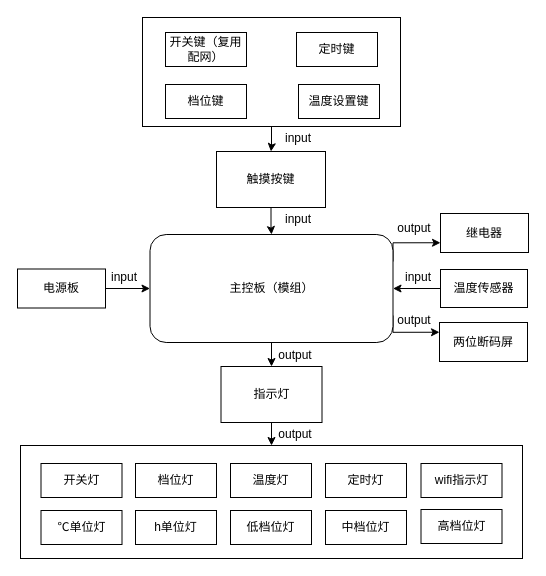
JeffYec/Jeff keeps this draw.io diagram as hardware.drawio. Above is the earlier version. Source tidied: cells renumbered, new cells numbered last; positions are measured from the earlier drawing's top-left corner, leaving out a move shared by most shapes. Both pictures are drawn from the tidied source at 100%, with x=0, y=0 at pixel (17, 17).
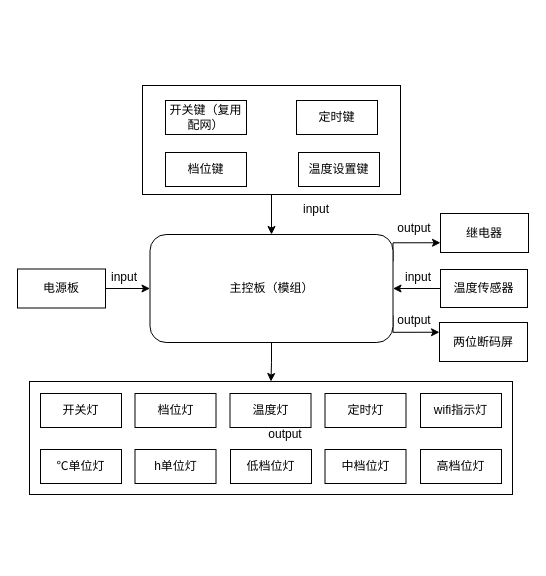
After the change.

Unchanged cells that the change refers to:
```xml
<mxCell id="5" value="主控板（模组）" style="rounded=1;whiteSpace=wrap;html=1;" parent="1" vertex="1">
  <mxGeometry x="132.5" y="217" width="243" height="108" as="geometry" />
</mxCell>
```

The edit, as a diff of the source:
```diff
@@
-    <mxCell id="2" style="edgeStyle=orthogonalEdgeStyle;rounded=0;jettySize=auto;html=1;" parent="1" edge="1" source="5" target="9">
-      <mxGeometry relative="1" as="geometry" />
-    </mxCell>
@@
-    <mxCell id="6" style="edgeStyle=orthogonalEdgeStyle;rounded=0;jettySize=auto;html=1;" parent="1" edge="1" source="7" target="5">
-      <mxGeometry relative="1" as="geometry" />
-    </mxCell>
-    <mxCell id="7" value="触摸按键" style="rounded=0;whiteSpace=wrap;html=1;" parent="1" vertex="1">
-      <mxGeometry x="199" y="134" width="109" height="56" as="geometry" />
-    </mxCell>
-    <mxCell id="8" style="edgeStyle=orthogonalEdgeStyle;rounded=0;jettySize=auto;html=1;" parent="1" edge="1" source="9" target="31">
+    <mxCell id="8" style="edgeStyle=orthogonalEdgeStyle;rounded=0;jettySize=auto;html=1;exitX=0.5;exitY=1;exitDx=0;exitDy=0;" parent="1" edge="1" source="5" target="31">
       <mxGeometry relative="1" as="geometry" />
     </mxCell>
-    <mxCell id="9" value="指示灯" style="rounded=0;whiteSpace=wrap;html=1;" parent="1" vertex="1">
-      <mxGeometry x="203.5" y="349" width="101" height="56" as="geometry" />
-    </mxCell>
@@
     <mxCell id="11" value="开关键（复用配网）" style="whiteSpace=wrap;html=1;rounded=0;" parent="1" vertex="1">
-      <mxGeometry x="148" y="15" width="81" height="34" as="geometry" />
+      <mxGeometry x="148" y="83" width="81" height="34" as="geometry" />
     </mxCell>
     <mxCell id="12" value="档位键" style="whiteSpace=wrap;html=1;rounded=0;" parent="1" vertex="1">
-      <mxGeometry x="148" y="67" width="81" height="34" as="geometry" />
+      <mxGeometry x="148" y="135" width="81" height="34" as="geometry" />
     </mxCell>
     <mxCell id="13" value="定时键" style="whiteSpace=wrap;html=1;rounded=0;" parent="1" vertex="1">
-      <mxGeometry x="279" y="15" width="81" height="34" as="geometry" />
+      <mxGeometry x="279" y="83" width="81" height="34" as="geometry" />
     </mxCell>
     <mxCell id="14" value="温度设置键" style="whiteSpace=wrap;html=1;rounded=0;" parent="1" vertex="1">
-      <mxGeometry x="281" y="67" width="81" height="34" as="geometry" />
+      <mxGeometry x="281" y="135" width="81" height="34" as="geometry" />
     </mxCell>
-    <mxCell id="15" style="edgeStyle=orthogonalEdgeStyle;rounded=0;jettySize=auto;html=1;" parent="1" edge="1" source="16" target="7">
+    <mxCell id="15" style="edgeStyle=orthogonalEdgeStyle;rounded=0;jettySize=auto;html=1;entryX=0.5;entryY=0;entryDx=0;entryDy=0;" parent="1" edge="1" source="16" target="5">
       <mxGeometry relative="1" as="geometry" />
     </mxCell>
     <mxCell id="16" style="rounded=0;whiteSpace=wrap;html=1;fillColor=none;" parent="1" vertex="1">
-      <mxGeometry x="125" width="258" height="109" as="geometry" />
+      <mxGeometry x="125" y="68" width="258" height="109" as="geometry" />
     </mxCell>
     <mxCell id="17" value="开关灯" style="whiteSpace=wrap;html=1;rounded=0;" parent="1" vertex="1">
-      <mxGeometry x="23.5" y="446" width="81" height="34" as="geometry" />
+      <mxGeometry x="23" y="376" width="81" height="34" as="geometry" />
     </mxCell>
     <mxCell id="18" value="档位灯" style="whiteSpace=wrap;html=1;rounded=0;" parent="1" vertex="1">
-      <mxGeometry x="118" y="446" width="81" height="34" as="geometry" />
+      <mxGeometry x="117.5" y="376" width="81" height="34" as="geometry" />
     </mxCell>
     <mxCell id="19" value="温度灯" style="whiteSpace=wrap;html=1;rounded=0;" parent="1" vertex="1">
-      <mxGeometry x="213" y="446" width="81" height="34" as="geometry" />
+      <mxGeometry x="212.5" y="376" width="81" height="34" as="geometry" />
     </mxCell>
     <mxCell id="20" value="定时灯" style="whiteSpace=wrap;html=1;rounded=0;" parent="1" vertex="1">
-      <mxGeometry x="308" y="446" width="81" height="34" as="geometry" />
+      <mxGeometry x="307.5" y="376" width="81" height="34" as="geometry" />
     </mxCell>
@@
     <mxCell id="23" value="℃单位灯" style="whiteSpace=wrap;html=1;rounded=0;" parent="1" vertex="1">
-      <mxGeometry x="23.5" y="493" width="81" height="34" as="geometry" />
+      <mxGeometry x="23" y="432" width="81" height="34" as="geometry" />
     </mxCell>
     <mxCell id="24" value="h单位灯" style="whiteSpace=wrap;html=1;rounded=0;" parent="1" vertex="1">
-      <mxGeometry x="118" y="493" width="81" height="34" as="geometry" />
+      <mxGeometry x="117.5" y="432" width="81" height="34" as="geometry" />
     </mxCell>
     <mxCell id="25" value="wifi指示灯" style="whiteSpace=wrap;html=1;rounded=0;" parent="1" vertex="1">
-      <mxGeometry x="403.5" y="446" width="81" height="34" as="geometry" />
+      <mxGeometry x="403" y="376" width="81" height="34" as="geometry" />
     </mxCell>
     <mxCell id="26" value="低档位灯" style="whiteSpace=wrap;html=1;rounded=0;" parent="1" vertex="1">
-      <mxGeometry x="213" y="493" width="81" height="34" as="geometry" />
+      <mxGeometry x="213" y="432" width="81" height="34" as="geometry" />
     </mxCell>
     <mxCell id="27" value="中档位灯" style="whiteSpace=wrap;html=1;rounded=0;" parent="1" vertex="1">
-      <mxGeometry x="308" y="493" width="81" height="34" as="geometry" />
+      <mxGeometry x="307.5" y="432" width="81" height="34" as="geometry" />
     </mxCell>
     <mxCell id="28" value="高档位灯" style="whiteSpace=wrap;html=1;rounded=0;" parent="1" vertex="1">
-      <mxGeometry x="403.5" y="492" width="81" height="34" as="geometry" />
+      <mxGeometry x="403" y="432" width="81" height="34" as="geometry" />
     </mxCell>
@@
     <mxCell id="31" style="rounded=0;whiteSpace=wrap;html=1;fillColor=none;" parent="1" vertex="1">
-      <mxGeometry x="3" y="428" width="502" height="113" as="geometry" />
+      <mxGeometry x="12" y="364" width="483" height="113" as="geometry" />
     </mxCell>
@@
     <mxCell id="33" value="input" style="text;html=1;strokeColor=none;fillColor=none;align=center;verticalAlign=middle;whiteSpace=wrap;rounded=0;" parent="1" vertex="1">
-      <mxGeometry x="251" y="106" width="60" height="30" as="geometry" />
+      <mxGeometry x="269" y="177" width="60" height="30" as="geometry" />
     </mxCell>
-    <mxCell id="34" value="input" style="text;html=1;strokeColor=none;fillColor=none;align=center;verticalAlign=middle;whiteSpace=wrap;rounded=0;" parent="1" vertex="1">
-      <mxGeometry x="251" y="187" width="60" height="30" as="geometry" />
-    </mxCell>
@@
     <mxCell id="36" value="output" style="text;html=1;strokeColor=none;fillColor=none;align=center;verticalAlign=middle;whiteSpace=wrap;rounded=0;" parent="1" vertex="1">
-      <mxGeometry x="248" y="402" width="60" height="30" as="geometry" />
+      <mxGeometry x="238" y="402" width="60" height="30" as="geometry" />
     </mxCell>
-    <mxCell id="37" value="output" style="text;html=1;strokeColor=none;fillColor=none;align=center;verticalAlign=middle;whiteSpace=wrap;rounded=0;" parent="1" vertex="1">
-      <mxGeometry x="248" y="323" width="60" height="30" as="geometry" />
-    </mxCell>
```
